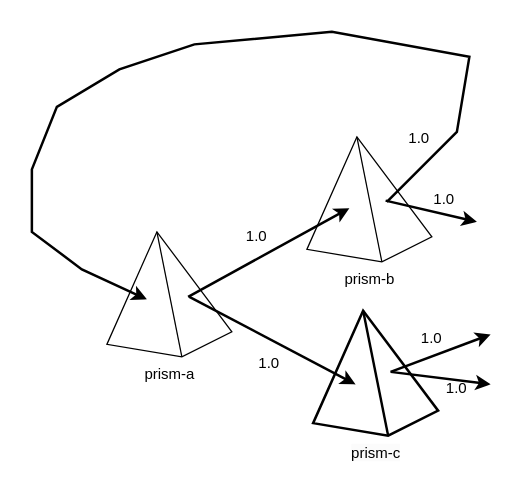
The draw.io diagram prism-loop.drawio in farscapian/roygbiv, before the edit. Source tidied: cells renumbered, new cells numbered last; positions are measured from the earlier drawing's top-left corner, leaving out a move shared by most shapes. Both pictures are drawn from the tidied source at 125%, with x=0, y=0 at pixel (31, 31).
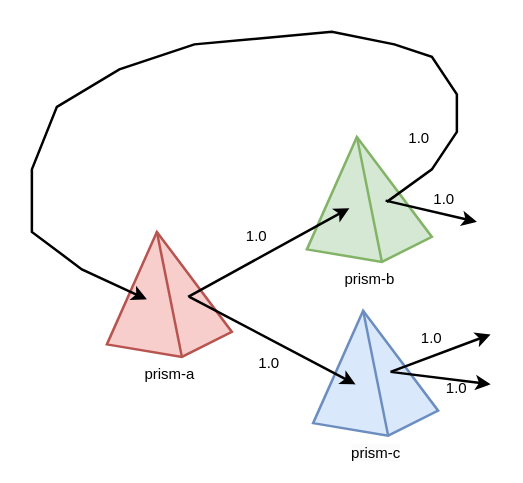
Above is the later version.

What changed in the source:
```diff
@@
-    <mxCell id="2" value="prism-a" style="verticalLabelPosition=bottom;verticalAlign=top;html=1;shape=mxgraph.basic.pyramid;dx1=0.4;dx2=0.6;dy1=0.9;dy2=0.8;" parent="1" vertex="1">
+    <mxCell id="2" value="prism-a" style="verticalLabelPosition=bottom;verticalAlign=top;html=1;shape=mxgraph.basic.pyramid;dx1=0.4;dx2=0.6;dy1=0.9;dy2=0.8;strokeWidth=2;fillColor=#f8cecc;strokeColor=#b85450;" parent="1" vertex="1">
       <mxGeometry x="60" y="160" width="100" height="100" as="geometry" />
     </mxCell>
-    <mxCell id="3" value="prism-b" style="verticalLabelPosition=bottom;verticalAlign=top;html=1;shape=mxgraph.basic.pyramid;dx1=0.4;dx2=0.6;dy1=0.9;dy2=0.8;" parent="1" vertex="1">
+    <mxCell id="3" value="prism-b" style="verticalLabelPosition=bottom;verticalAlign=top;html=1;shape=mxgraph.basic.pyramid;dx1=0.4;dx2=0.6;dy1=0.9;dy2=0.8;strokeWidth=2;fillColor=#d5e8d4;strokeColor=#82b366;" parent="1" vertex="1">
       <mxGeometry x="220" y="84" width="100" height="100" as="geometry" />
     </mxCell>
-    <mxCell id="4" value="&lt;span style=&quot;color: rgb(0, 0, 0); font-family: Helvetica; font-size: 12px; font-style: normal; font-variant-ligatures: normal; font-variant-caps: normal; font-weight: 400; letter-spacing: normal; orphans: 2; text-align: center; text-indent: 0px; text-transform: none; widows: 2; word-spacing: 0px; -webkit-text-stroke-width: 0px; white-space: nowrap; background-color: rgb(251, 251, 251); text-decoration-thickness: initial; text-decoration-style: initial; text-decoration-color: initial; display: inline !important; float: none;&quot;&gt;prism-c&lt;/span&gt;" style="verticalLabelPosition=bottom;verticalAlign=top;html=1;shape=mxgraph.basic.pyramid;dx1=0.4;dx2=0.6;dy1=0.9;dy2=0.8;strokeWidth=2;" parent="1" vertex="1">
+    <mxCell id="4" value="&lt;span style=&quot;color: rgb(0, 0, 0); font-family: Helvetica; font-size: 12px; font-style: normal; font-variant-ligatures: normal; font-variant-caps: normal; font-weight: 400; letter-spacing: normal; orphans: 2; text-align: center; text-indent: 0px; text-transform: none; widows: 2; word-spacing: 0px; -webkit-text-stroke-width: 0px; white-space: nowrap; background-color: rgb(251, 251, 251); text-decoration-thickness: initial; text-decoration-style: initial; text-decoration-color: initial; display: inline !important; float: none;&quot;&gt;prism-c&lt;/span&gt;" style="verticalLabelPosition=bottom;verticalAlign=top;html=1;shape=mxgraph.basic.pyramid;dx1=0.4;dx2=0.6;dy1=0.9;dy2=0.8;strokeWidth=2;fillColor=#dae8fc;strokeColor=#6c8ebf;" parent="1" vertex="1">
       <mxGeometry x="225" y="223" width="100" height="100" as="geometry" />
     </mxCell>
@@
     <mxCell id="7" style="endArrow=classic;html=1;rounded=0;strokeWidth=2;" parent="1" edge="1">
       <mxGeometry relative="1" as="geometry">
         <mxPoint x="284" y="136" as="sourcePoint" />
         <mxPoint x="92" y="214" as="targetPoint" />
         <Array as="points">
+          <mxPoint x="320" y="110" />
           <mxPoint x="340" y="80" />
-          <mxPoint x="350" y="20" />
+          <mxPoint x="340" y="50" />
+          <mxPoint x="320" y="20" />
+          <mxPoint x="290" y="10" />
           <mxPoint x="240" />
           <mxPoint x="130" y="10" />
           <mxPoint x="70" y="30" />
           <mxPoint x="20" y="60" />
           <mxPoint y="110" />
           <mxPoint y="160" />
           <mxPoint x="40" y="190" />
         </Array>
       </mxGeometry>
     </mxCell>
@@
-    <mxCell id="11" value="1.0" style="text;html=1;align=center;verticalAlign=middle;whiteSpace=wrap;rounded=0;" parent="1" vertex="1">
+    <mxCell id="11" value="1.0" style="text;html=1;align=center;verticalAlign=middle;whiteSpace=wrap;rounded=0;strokeWidth=2;" parent="1" vertex="1">
       <mxGeometry x="300" y="119" width="60" height="30" as="geometry" />
     </mxCell>
-    <mxCell id="12" value="1.0" style="text;html=1;align=center;verticalAlign=middle;whiteSpace=wrap;rounded=0;" parent="1" vertex="1">
+    <mxCell id="12" value="1.0" style="text;html=1;align=center;verticalAlign=middle;whiteSpace=wrap;rounded=0;strokeWidth=2;" parent="1" vertex="1">
       <mxGeometry x="280" y="70" width="60" height="30" as="geometry" />
     </mxCell>
-    <mxCell id="13" value="1.0" style="text;html=1;align=center;verticalAlign=middle;whiteSpace=wrap;rounded=0;" parent="1" vertex="1">
+    <mxCell id="13" value="1.0" style="text;html=1;align=center;verticalAlign=middle;whiteSpace=wrap;rounded=0;strokeWidth=2;" parent="1" vertex="1">
       <mxGeometry x="290" y="230" width="60" height="30" as="geometry" />
     </mxCell>
-    <mxCell id="14" value="1.0" style="text;html=1;align=center;verticalAlign=middle;whiteSpace=wrap;rounded=0;" parent="1" vertex="1">
+    <mxCell id="14" value="1.0" style="text;html=1;align=center;verticalAlign=middle;whiteSpace=wrap;rounded=0;strokeWidth=2;" parent="1" vertex="1">
       <mxGeometry x="310" y="270" width="60" height="30" as="geometry" />
     </mxCell>
-    <mxCell id="15" value="1.0" style="text;html=1;align=center;verticalAlign=middle;whiteSpace=wrap;rounded=0;" parent="1" vertex="1">
+    <mxCell id="15" value="1.0" style="text;html=1;align=center;verticalAlign=middle;whiteSpace=wrap;rounded=0;strokeWidth=2;" parent="1" vertex="1">
       <mxGeometry x="150" y="149" width="60" height="30" as="geometry" />
     </mxCell>
-    <mxCell id="16" value="1.0" style="text;html=1;align=center;verticalAlign=middle;whiteSpace=wrap;rounded=0;" parent="1" vertex="1">
+    <mxCell id="16" value="1.0" style="text;html=1;align=center;verticalAlign=middle;whiteSpace=wrap;rounded=0;strokeWidth=2;" parent="1" vertex="1">
       <mxGeometry x="160" y="250" width="60" height="30" as="geometry" />
     </mxCell>
```
